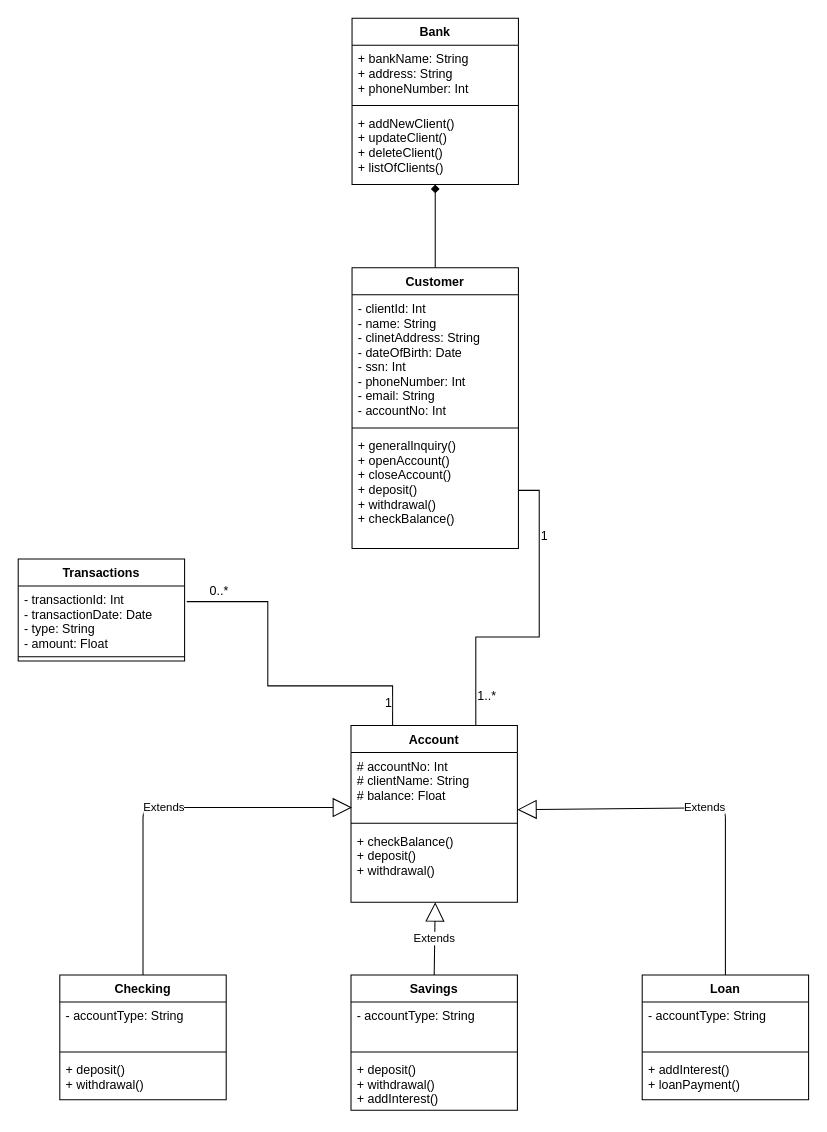
Len-X/Pet_Project-Virtual_Bank keeps this draw.io diagram as UML/Pet_Project_UML.drawio. Above is the earlier version. Source tidied: cells renumbered, new cells numbered last; positions are measured from the earlier drawing's top-left corner, leaving out a move shared by most shapes. Both pictures are drawn from the tidied source at 104%, with x=0, y=0 at pixel (18, 18).
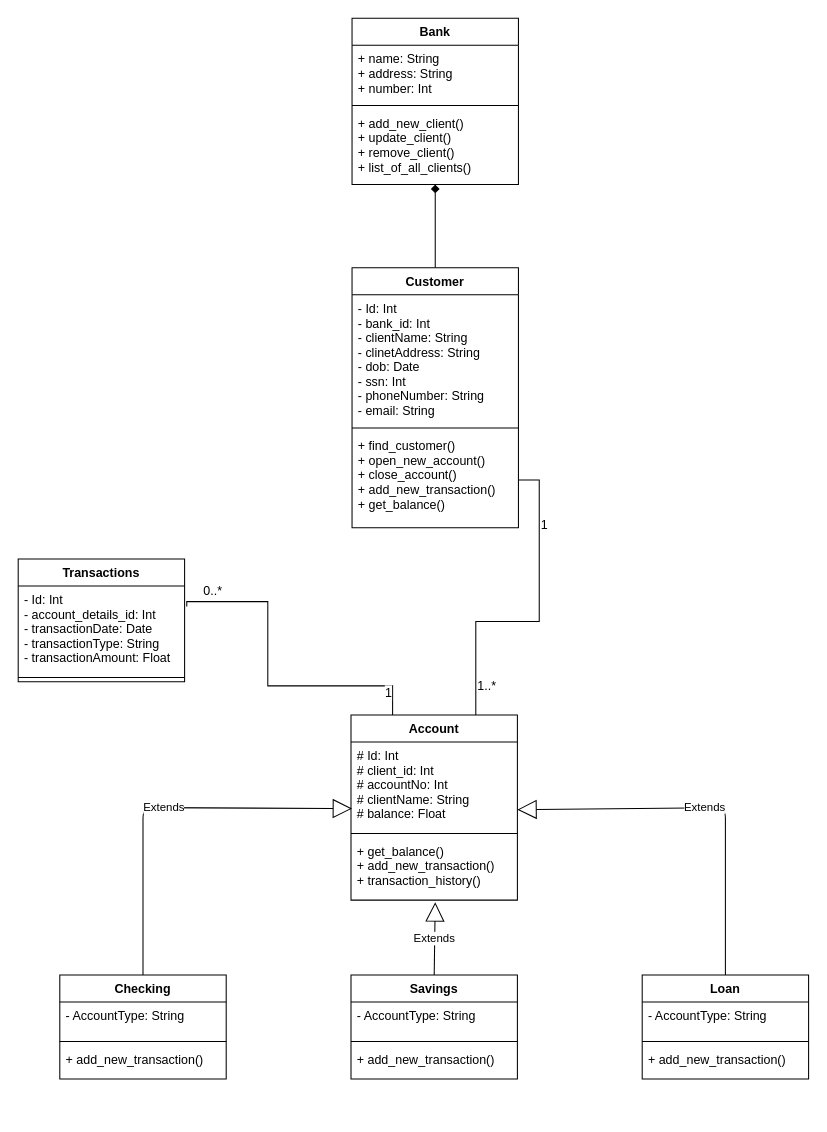
Above is the later version.

Commit message:
Updated UML diagram

The change refers to these unchanged cells:
```xml
<mxCell id="3" value="Bank" style="swimlane;fontStyle=1;align=center;verticalAlign=top;horizontal=1;startSize=26;" parent="1" vertex="1">
  <mxGeometry x="321" width="160" height="160" as="geometry" />
</mxCell>
```

The edit, as a diff of the source:
```diff
@@
-    <mxCell id="4" value="+ bankName: String&#10;+ address: String&#10;+ phoneNumber: Int&#10;" style="text;strokeColor=none;fillColor=none;align=left;verticalAlign=top;spacingLeft=4;spacingRight=4;overflow=hidden;" parent="3" vertex="1">
+    <mxCell id="4" value="+ name: String&#10;+ address: String&#10;+ number: Int&#10;" style="text;strokeColor=none;fillColor=none;align=left;verticalAlign=top;spacingLeft=4;spacingRight=4;overflow=hidden;" parent="3" vertex="1">
       <mxGeometry y="26" width="160" height="54" as="geometry" />
     </mxCell>
@@
-    <mxCell id="6" value="+ addNewClient()&#10;+ updateClient()&#10;+ deleteClient()&#10;+ listOfClients()" style="text;strokeColor=none;fillColor=none;align=left;verticalAlign=top;spacingLeft=4;spacingRight=4;overflow=hidden;" parent="3" vertex="1">
+    <mxCell id="6" value="+ add_new_client()&#10;+ update_client()&#10;+ remove_client()&#10;+ list_of_all_clients()" style="text;strokeColor=none;fillColor=none;align=left;verticalAlign=top;spacingLeft=4;spacingRight=4;overflow=hidden;" parent="3" vertex="1">
       <mxGeometry y="88" width="160" height="72" as="geometry" />
     </mxCell>
     <mxCell id="7" value="Customer" style="swimlane;fontStyle=1;align=center;verticalAlign=top;horizontal=1;startSize=26;" parent="1" vertex="1">
-      <mxGeometry x="321" y="240" width="160" height="270" as="geometry" />
+      <mxGeometry x="321" y="240" width="160" height="250" as="geometry" />
     </mxCell>
-    <mxCell id="8" value="- clientId: Int&#10;- name: String&#10;- clinetAddress: String&#10;- dateOfBirth: Date&#10;- ssn: Int&#10;- phoneNumber: Int&#10;- email: String&#10;- accountNo: Int" style="text;strokeColor=none;fillColor=none;align=left;verticalAlign=top;spacingLeft=4;spacingRight=4;overflow=hidden;" parent="7" vertex="1">
+    <mxCell id="8" value="- Id: Int&#10;- bank_id: Int&#10;- clientName: String&#10;- clinetAddress: String&#10;- dob: Date&#10;- ssn: Int&#10;- phoneNumber: String&#10;- email: String" style="text;strokeColor=none;fillColor=none;align=left;verticalAlign=top;spacingLeft=4;spacingRight=4;overflow=hidden;" parent="7" vertex="1">
       <mxGeometry y="26" width="160" height="124" as="geometry" />
     </mxCell>
@@
-    <mxCell id="10" value="+ generalInquiry()&#10;+ openAccount()&#10;+ closeAccount()&#10;+ deposit()&#10;+ withdrawal()&#10;+ checkBalance()" style="text;strokeColor=none;fillColor=none;align=left;verticalAlign=top;spacingLeft=4;spacingRight=4;overflow=hidden;points=[[0,0.5],[1,0.5]];portConstraint=eastwest;" parent="7" vertex="1">
-      <mxGeometry y="158" width="160" height="112" as="geometry" />
+    <mxCell id="10" value="+ find_customer()&#10;+ open_new_account()&#10;+ close_account()&#10;+ add_new_transaction()&#10;+ get_balance()" style="text;strokeColor=none;fillColor=none;align=left;verticalAlign=top;spacingLeft=4;spacingRight=4;overflow=hidden;points=[[0,0.5],[1,0.5]];portConstraint=eastwest;" parent="7" vertex="1">
+      <mxGeometry y="158" width="160" height="92" as="geometry" />
     </mxCell>
     <mxCell id="11" value="Account" style="swimlane;fontStyle=1;align=center;verticalAlign=top;horizontal=1;startSize=26;" parent="1" vertex="1">
-      <mxGeometry x="320" y="680" width="160" height="170" as="geometry" />
+      <mxGeometry x="320" y="670" width="160" height="178" as="geometry" />
     </mxCell>
-    <mxCell id="12" value="# accountNo: Int&#10;# clientName: String&#10;# balance: Float&#10;" style="text;strokeColor=none;fillColor=none;align=left;verticalAlign=top;spacingLeft=4;spacingRight=4;overflow=hidden;points=[[0,0.5],[1,0.5]];portConstraint=eastwest;" parent="11" vertex="1">
-      <mxGeometry y="26" width="160" height="64" as="geometry" />
+    <mxCell id="12" value="# Id: Int&#10;# client_id: Int&#10;# accountNo: Int&#10;# clientName: String&#10;# balance: Float&#10;" style="text;strokeColor=none;fillColor=none;align=left;verticalAlign=top;spacingLeft=4;spacingRight=4;overflow=hidden;points=[[0,0.5],[1,0.5]];portConstraint=eastwest;" parent="11" vertex="1">
+      <mxGeometry y="26" width="160" height="84" as="geometry" />
     </mxCell>
     <mxCell id="13" style="line;strokeWidth=1;fillColor=none;align=left;verticalAlign=middle;spacingTop=-1;spacingLeft=3;spacingRight=3;labelPosition=right;" parent="11" vertex="1">
-      <mxGeometry y="90" width="160" height="8" as="geometry" />
+      <mxGeometry y="110" width="160" height="8" as="geometry" />
     </mxCell>
-    <mxCell id="14" value="+ checkBalance()&#10;+ deposit()&#10;+ withdrawal()" style="text;strokeColor=none;fillColor=none;align=left;verticalAlign=top;spacingLeft=4;spacingRight=4;overflow=hidden;" parent="11" vertex="1">
-      <mxGeometry y="98" width="160" height="72" as="geometry" />
+    <mxCell id="14" value="+ get_balance()&#10;+ add_new_transaction()&#10;+ transaction_history()" style="text;strokeColor=none;fillColor=none;align=left;verticalAlign=top;spacingLeft=4;spacingRight=4;overflow=hidden;" parent="11" vertex="1">
+      <mxGeometry y="118" width="160" height="60" as="geometry" />
     </mxCell>
     <mxCell id="15" value="Checking" style="swimlane;fontStyle=1;align=center;verticalAlign=top;horizontal=1;startSize=26;" parent="1" vertex="1">
-      <mxGeometry x="40" y="920" width="160" height="120" as="geometry" />
+      <mxGeometry x="40" y="920" width="160" height="100" as="geometry" />
     </mxCell>
-    <mxCell id="16" value="- accountType: String" style="text;strokeColor=none;fillColor=none;align=left;verticalAlign=top;spacingLeft=4;spacingRight=4;overflow=hidden;" parent="15" vertex="1">
-      <mxGeometry y="26" width="160" height="44" as="geometry" />
+    <mxCell id="16" value="- AccountType: String" style="text;strokeColor=none;fillColor=none;align=left;verticalAlign=top;spacingLeft=4;spacingRight=4;overflow=hidden;" parent="15" vertex="1">
+      <mxGeometry y="26" width="160" height="34" as="geometry" />
     </mxCell>
     <mxCell id="17" style="line;strokeWidth=1;fillColor=none;align=left;verticalAlign=middle;spacingTop=-1;spacingLeft=3;spacingRight=3;labelPosition=right;" parent="15" vertex="1">
-      <mxGeometry y="70" width="160" height="8" as="geometry" />
+      <mxGeometry y="60" width="160" height="8" as="geometry" />
     </mxCell>
-    <mxCell id="18" value="+ deposit()&#10;+ withdrawal()" style="text;strokeColor=none;fillColor=none;align=left;verticalAlign=top;spacingLeft=4;spacingRight=4;overflow=hidden;" parent="15" vertex="1">
-      <mxGeometry y="78" width="160" height="42" as="geometry" />
+    <mxCell id="18" value="+ add_new_transaction()" style="text;strokeColor=none;fillColor=none;align=left;verticalAlign=top;spacingLeft=4;spacingRight=4;overflow=hidden;" parent="15" vertex="1">
+      <mxGeometry y="68" width="160" height="32" as="geometry" />
     </mxCell>
     <mxCell id="19" value="Transactions" style="swimlane;fontStyle=1;align=center;verticalAlign=top;horizontal=1;startSize=26;" parent="1" vertex="1">
-      <mxGeometry y="520" width="160" height="98" as="geometry" />
+      <mxGeometry y="520" width="160" height="118" as="geometry" />
     </mxCell>
-    <mxCell id="20" value="- transactionId: Int&#10;- transactionDate: Date&#10;- type: String&#10;- amount: Float" style="text;strokeColor=none;fillColor=none;align=left;verticalAlign=top;spacingLeft=4;spacingRight=4;overflow=hidden;points=[[0,0.5],[1,0.5]];portConstraint=eastwest;" parent="19" vertex="1">
-      <mxGeometry y="26" width="160" height="64" as="geometry" />
+    <mxCell id="20" value="- Id: Int&#10;- account_details_id: Int&#10;- transactionDate: Date&#10;- transactionType: String&#10;- transactionAmount: Float" style="text;strokeColor=none;fillColor=none;align=left;verticalAlign=top;spacingLeft=4;spacingRight=4;overflow=hidden;points=[[0,0.5],[1,0.5]];portConstraint=eastwest;" parent="19" vertex="1">
+      <mxGeometry y="26" width="160" height="84" as="geometry" />
     </mxCell>
     <mxCell id="21" style="line;strokeWidth=1;fillColor=none;align=left;verticalAlign=middle;spacingTop=-1;spacingLeft=3;spacingRight=3;labelPosition=right;" parent="19" vertex="1">
-      <mxGeometry y="90" width="160" height="8" as="geometry" />
+      <mxGeometry y="110" width="160" height="8" as="geometry" />
     </mxCell>
     <mxCell id="22" value="Savings" style="swimlane;fontStyle=1;align=center;verticalAlign=top;horizontal=1;startSize=26;" parent="1" vertex="1">
-      <mxGeometry x="320" y="920" width="160" height="130" as="geometry" />
+      <mxGeometry x="320" y="920" width="160" height="100" as="geometry" />
     </mxCell>
-    <mxCell id="23" value="- accountType: String" style="text;strokeColor=none;fillColor=none;align=left;verticalAlign=top;spacingLeft=4;spacingRight=4;overflow=hidden;" parent="22" vertex="1">
-      <mxGeometry y="26" width="160" height="44" as="geometry" />
+    <mxCell id="23" value="- AccountType: String" style="text;strokeColor=none;fillColor=none;align=left;verticalAlign=top;spacingLeft=4;spacingRight=4;overflow=hidden;" parent="22" vertex="1">
+      <mxGeometry y="26" width="160" height="34" as="geometry" />
     </mxCell>
     <mxCell id="24" style="line;strokeWidth=1;fillColor=none;align=left;verticalAlign=middle;spacingTop=-1;spacingLeft=3;spacingRight=3;labelPosition=right;" parent="22" vertex="1">
-      <mxGeometry y="70" width="160" height="8" as="geometry" />
+      <mxGeometry y="60" width="160" height="8" as="geometry" />
     </mxCell>
-    <mxCell id="25" value="+ deposit()&#10;+ withdrawal()&#10;+ addInterest()" style="text;strokeColor=none;fillColor=none;align=left;verticalAlign=top;spacingLeft=4;spacingRight=4;overflow=hidden;" parent="22" vertex="1">
-      <mxGeometry y="78" width="160" height="52" as="geometry" />
+    <mxCell id="25" value="+ add_new_transaction()" style="text;strokeColor=none;fillColor=none;align=left;verticalAlign=top;spacingLeft=4;spacingRight=4;overflow=hidden;" parent="22" vertex="1">
+      <mxGeometry y="68" width="160" height="32" as="geometry" />
     </mxCell>
     <mxCell id="26" value="Loan" style="swimlane;fontStyle=1;align=center;verticalAlign=top;horizontal=1;startSize=26;" parent="1" vertex="1">
-      <mxGeometry x="600" y="920" width="160" height="120" as="geometry" />
+      <mxGeometry x="600" y="920" width="160" height="100" as="geometry" />
     </mxCell>
-    <mxCell id="27" value="- accountType: String" style="text;strokeColor=none;fillColor=none;align=left;verticalAlign=top;spacingLeft=4;spacingRight=4;overflow=hidden;" parent="26" vertex="1">
-      <mxGeometry y="26" width="160" height="44" as="geometry" />
+    <mxCell id="27" value="- AccountType: String" style="text;strokeColor=none;fillColor=none;align=left;verticalAlign=top;spacingLeft=4;spacingRight=4;overflow=hidden;" parent="26" vertex="1">
+      <mxGeometry y="26" width="160" height="34" as="geometry" />
     </mxCell>
     <mxCell id="28" style="line;strokeWidth=1;fillColor=none;align=left;verticalAlign=middle;spacingTop=-1;spacingLeft=3;spacingRight=3;labelPosition=right;" parent="26" vertex="1">
-      <mxGeometry y="70" width="160" height="8" as="geometry" />
+      <mxGeometry y="60" width="160" height="8" as="geometry" />
     </mxCell>
-    <mxCell id="29" value="+ addInterest()&#10;+ loanPayment()" style="text;strokeColor=none;fillColor=none;align=left;verticalAlign=top;spacingLeft=4;spacingRight=4;overflow=hidden;" parent="26" vertex="1">
-      <mxGeometry y="78" width="160" height="42" as="geometry" />
+    <mxCell id="29" value="+ add_new_transaction()" style="text;strokeColor=none;fillColor=none;align=left;verticalAlign=top;spacingLeft=4;spacingRight=4;overflow=hidden;" parent="26" vertex="1">
+      <mxGeometry y="68" width="160" height="32" as="geometry" />
     </mxCell>
-    <mxCell id="30" value="Extends" style="endArrow=block;endSize=16;endFill=0;html=1;exitX=0.5;exitY=0;exitDx=0;exitDy=0;entryX=0.006;entryY=0.828;entryDx=0;entryDy=0;entryPerimeter=0;" parent="1" edge="1" source="15" target="12">
+    <mxCell id="30" value="Extends" style="endArrow=block;endSize=16;endFill=0;html=1;exitX=0.5;exitY=0;exitDx=0;exitDy=0;entryX=0.006;entryY=0.762;entryDx=0;entryDy=0;entryPerimeter=0;" parent="1" edge="1" source="15" target="12">
       <mxGeometry relative="1" as="geometry">
         <Array as="points">
           <mxPoint x="120" y="759" />
         </Array>
       </mxGeometry>
     </mxCell>
```
